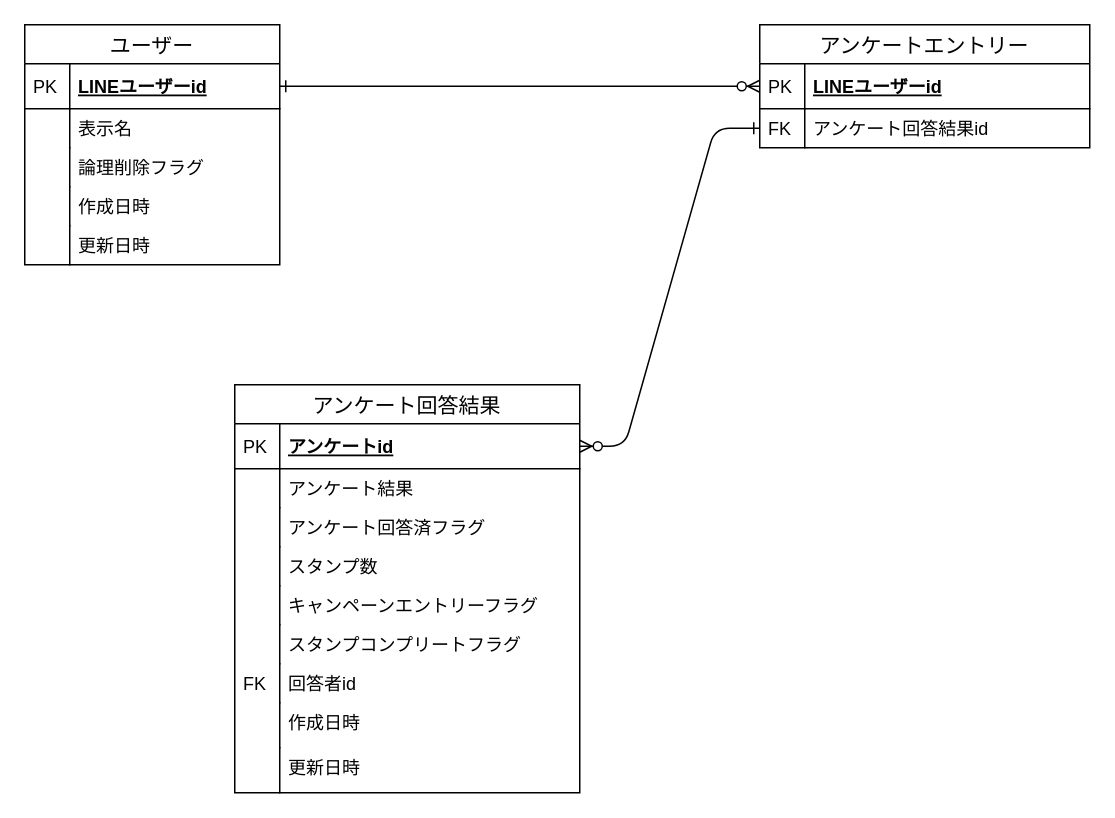
kaneyan0607/line-stamp-rally keeps this draw.io diagram as ER/stamp_rally.dio. Above is the earlier version. Source tidied: cells renumbered, new cells numbered last; positions are measured from the earlier drawing's top-left corner, leaving out a move shared by most shapes. Both pictures are drawn from the tidied source at 150%, with x=0, y=0 at pixel (24, 24).
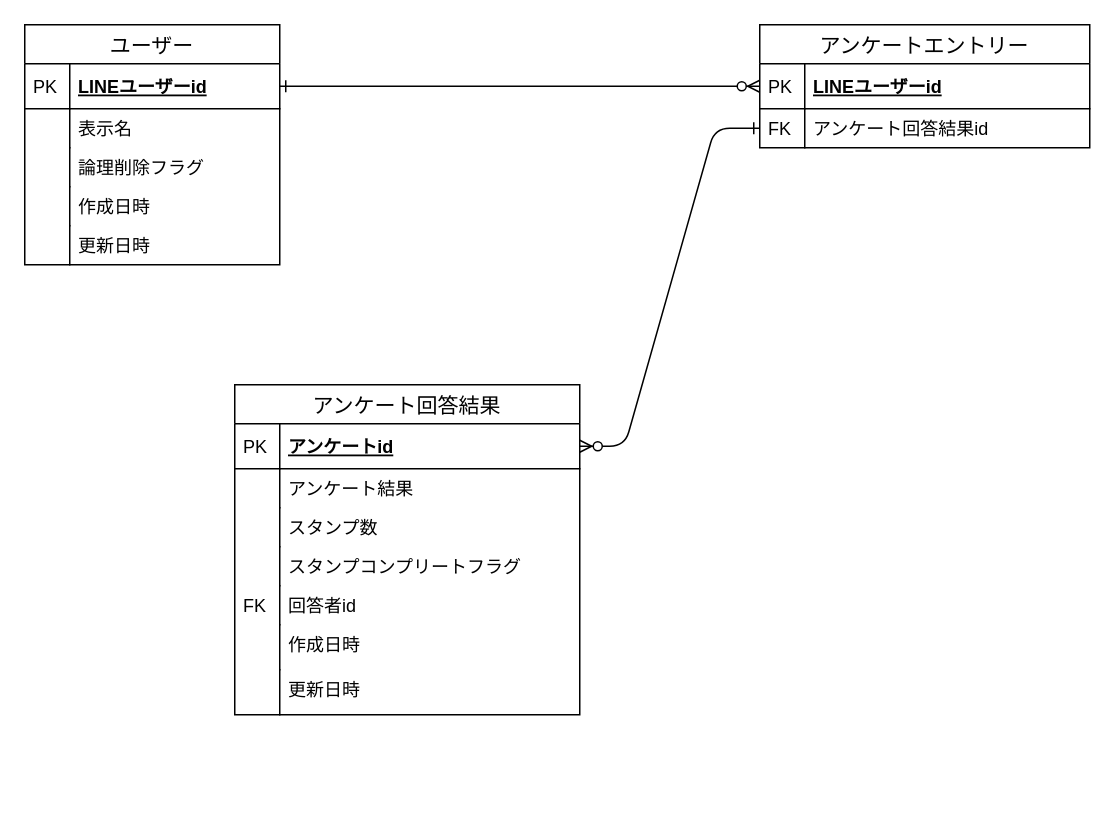
The same page after the edit.

Commit message:
remove:キャンペーンエントリーフラグとアンケート回答済フラグを削除

The edit, as a diff of the source:
```diff
@@
     <mxCell id="13" value="アンケート回答結果" style="swimlane;fontStyle=0;horizontal=1;startSize=26;align=center;fontSize=14;" parent="1" vertex="1">
-      <mxGeometry x="140" y="240" width="230" height="272" as="geometry" />
+      <mxGeometry x="140" y="240" width="230" height="220" as="geometry" />
     </mxCell>
@@
-    <mxCell id="18" value="アンケート回答済フラグ&#10;" style="shape=partialRectangle;top=0;left=0;right=0;bottom=0;align=left;verticalAlign=top;fillColor=none;spacingLeft=34;spacingRight=4;overflow=hidden;fontSize=12;" parent="13" vertex="1">
-      <mxGeometry y="82" width="230" height="26" as="geometry" />
-    </mxCell>
-    <mxCell id="19" style="shape=partialRectangle;top=0;left=0;bottom=0;fillColor=none;align=left;verticalAlign=top;spacingLeft=4;spacingRight=4;overflow=hidden;fontSize=12;" parent="18" vertex="1">
-      <mxGeometry width="30" height="26" as="geometry" />
-    </mxCell>
     <mxCell id="20" value="スタンプ数" style="shape=partialRectangle;top=0;left=0;right=0;bottom=0;align=left;verticalAlign=top;fillColor=none;spacingLeft=34;spacingRight=4;overflow=hidden;fontSize=12;" parent="13" vertex="1">
-      <mxGeometry y="108" width="230" height="26" as="geometry" />
+      <mxGeometry y="82" width="230" height="26" as="geometry" />
     </mxCell>
@@
-    <mxCell id="22" value="キャンペーンエントリーフラグ" style="shape=partialRectangle;top=0;left=0;right=0;bottom=0;align=left;verticalAlign=top;fillColor=none;spacingLeft=34;spacingRight=4;overflow=hidden;fontSize=12;" parent="13" vertex="1">
-      <mxGeometry y="134" width="230" height="26" as="geometry" />
-    </mxCell>
-    <mxCell id="23" style="shape=partialRectangle;top=0;left=0;bottom=0;fillColor=none;align=left;verticalAlign=top;spacingLeft=4;spacingRight=4;overflow=hidden;fontSize=12;" parent="22" vertex="1">
-      <mxGeometry width="30" height="26" as="geometry" />
-    </mxCell>
     <mxCell id="24" value="スタンプコンプリートフラグ" style="shape=partialRectangle;top=0;left=0;right=0;bottom=0;align=left;verticalAlign=top;fillColor=none;spacingLeft=34;spacingRight=4;overflow=hidden;fontSize=12;" parent="13" vertex="1">
-      <mxGeometry y="160" width="230" height="26" as="geometry" />
+      <mxGeometry y="108" width="230" height="26" as="geometry" />
     </mxCell>
@@
     <mxCell id="26" value="回答者id&#10;" style="shape=partialRectangle;top=0;left=0;right=0;bottom=0;align=left;verticalAlign=top;fillColor=none;spacingLeft=34;spacingRight=4;overflow=hidden;fontSize=12;" parent="13" vertex="1">
-      <mxGeometry y="186" width="230" height="26" as="geometry" />
+      <mxGeometry y="134" width="230" height="26" as="geometry" />
     </mxCell>
@@
     <mxCell id="28" value="作成日時" style="shape=partialRectangle;top=0;left=0;right=0;bottom=0;align=left;verticalAlign=top;fillColor=none;spacingLeft=34;spacingRight=4;overflow=hidden;fontSize=12;" parent="13" vertex="1">
-      <mxGeometry y="212" width="230" height="30" as="geometry" />
+      <mxGeometry y="160" width="230" height="30" as="geometry" />
     </mxCell>
@@
     <mxCell id="30" value="更新日時" style="shape=partialRectangle;top=0;left=0;right=0;bottom=0;align=left;verticalAlign=top;fillColor=none;spacingLeft=34;spacingRight=4;overflow=hidden;fontSize=12;" parent="13" vertex="1">
-      <mxGeometry y="242" width="230" height="30" as="geometry" />
+      <mxGeometry y="190" width="230" height="30" as="geometry" />
     </mxCell>
```
